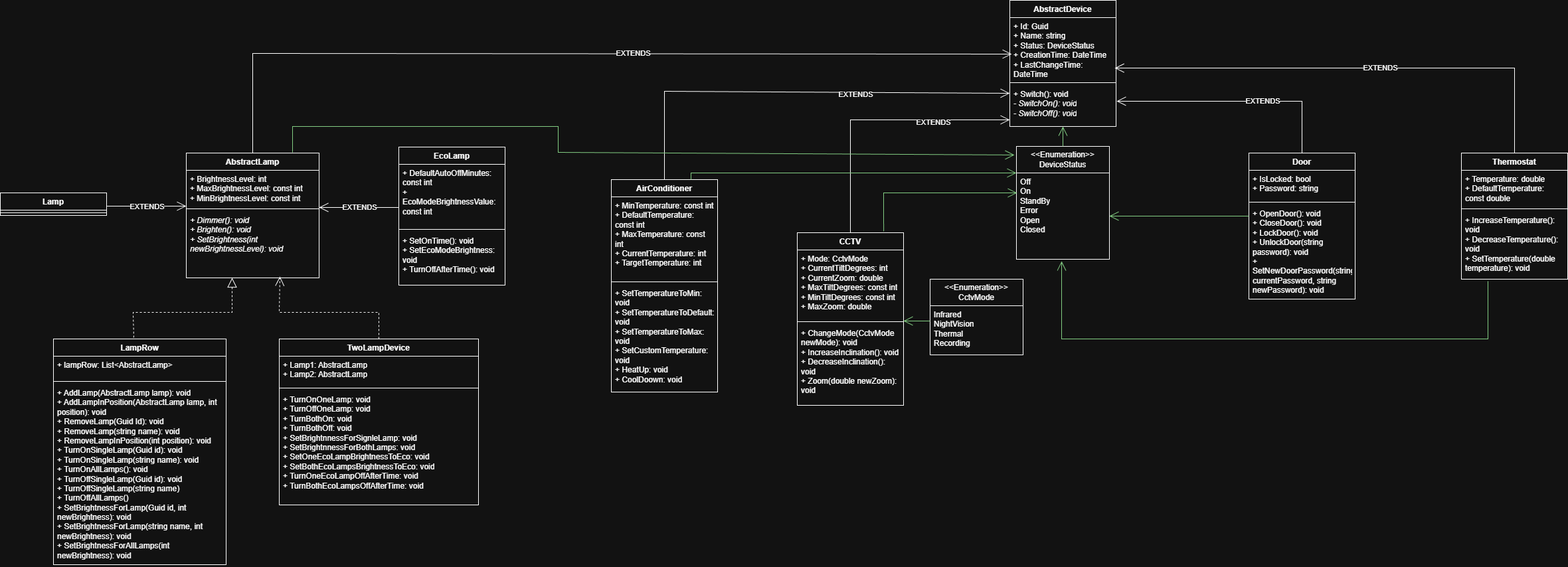
The draw.io diagram SmartHouse.FaraoniMortani/docs/UMLSmartHouse.png in ITT-Pascal/smarthouse-faraoni_mortani, before a commit. Source tidied: cells renumbered, new cells last; positions are measured from the earlier drawing's top-left corner, leaving out a move shared by most shapes.
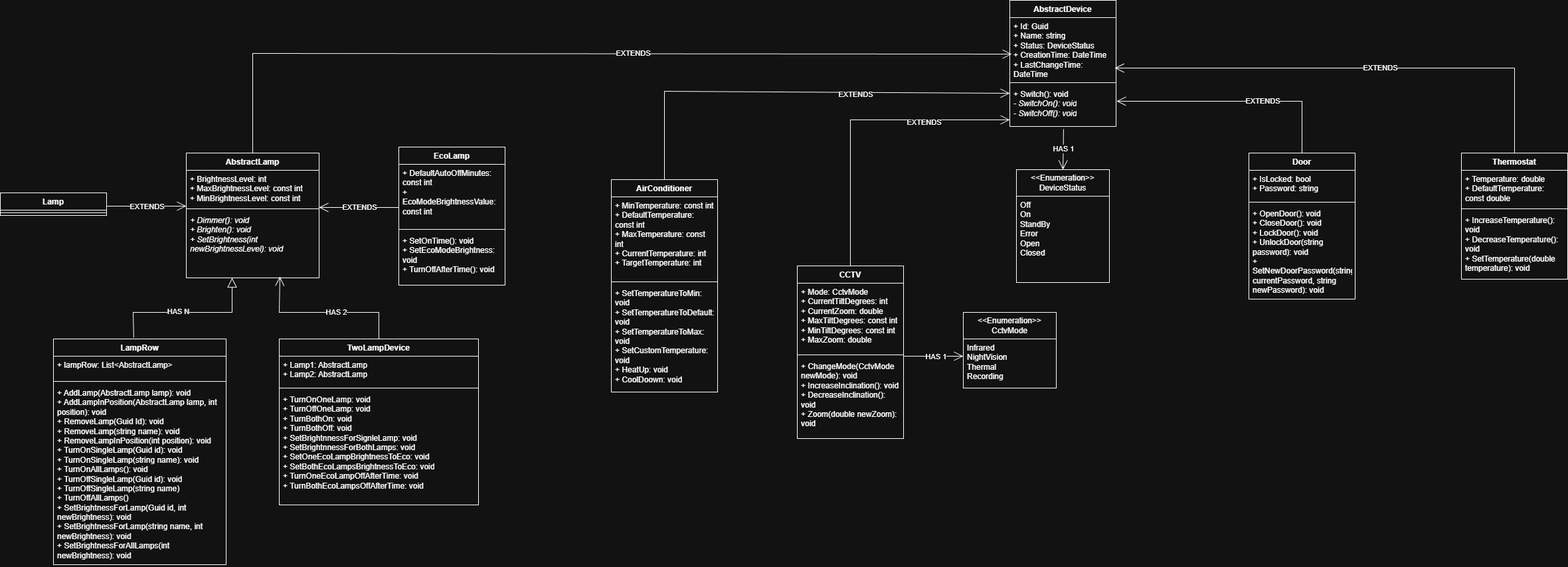
After the commit.

Commit message:
Upgraded UML

Change to the diagram source:
```diff
@@ -65,7 +65,7 @@
         <mxPoint x="-7" y="-4" as="offset" />
       </mxGeometry>
     </mxCell>
-    <mxCell id="20" value="&lt;div&gt;&lt;br&gt;&lt;/div&gt;&lt;div&gt;&lt;br&gt;&lt;/div&gt;" style="endArrow=open;endSize=12;dashed=1;html=1;rounded=0;exitX=0.5;exitY=0;exitDx=0;exitDy=0;entryX=0.705;entryY=0.98;entryDx=0;entryDy=0;entryPerimeter=0;" parent="1" edge="1" source="12" target="5">
+    <mxCell id="20" value="&lt;div&gt;&lt;br&gt;&lt;/div&gt;&lt;div&gt;&lt;br&gt;&lt;/div&gt;" style="endArrow=open;endSize=12;html=1;rounded=0;exitX=0.5;exitY=0;exitDx=0;exitDy=0;entryX=0.705;entryY=0.98;entryDx=0;entryDy=0;entryPerimeter=0;" parent="1" edge="1" source="12" target="5">
       <mxGeometry relative="1" as="geometry">
         <Array as="points">
           <mxPoint x="570" y="470" />
@@ -73,6 +73,9 @@
         </Array>
       </mxGeometry>
     </mxCell>
+    <mxCell id="67" value="HAS 2" style="edgeLabel;html=1;align=center;verticalAlign=middle;" parent="20" vertex="1">
+      <mxGeometry x="-0.14" y="-1" relative="1" as="geometry" />
+    </mxCell>
     <mxCell id="21" value="AbstractDevice" style="swimlane;fontStyle=1;align=center;verticalAlign=top;horizontal=1;startSize=26;whiteSpace=wrap;html=1;" parent="1" vertex="1">
       <mxGeometry x="1520" width="160" height="190" as="geometry" />
     </mxCell>
@@ -96,7 +99,7 @@
       <mxGeometry x="0.12" y="1" relative="1" as="geometry" />
     </mxCell>
     <mxCell id="27" value="&lt;div&gt;&amp;lt;&amp;lt;Enumeration&amp;gt;&amp;gt;&lt;/div&gt;DeviceStatus" style="swimlane;fontStyle=0;horizontal=1;startSize=40;fillColor=none;whiteSpace=wrap;html=1;" parent="1" vertex="1">
-      <mxGeometry x="1530" y="220" width="140" height="170" as="geometry" />
+      <mxGeometry x="1530" y="255" width="140" height="170" as="geometry" />
     </mxCell>
     <mxCell id="28" value="Off&lt;div&gt;On&lt;/div&gt;&lt;div&gt;StandBy&lt;/div&gt;&lt;div&gt;Error&lt;/div&gt;&lt;div&gt;Open&lt;/div&gt;&lt;div&gt;Closed&lt;/div&gt;" style="text;strokeColor=none;fillColor=none;align=left;verticalAlign=top;spacingLeft=4;spacingRight=4;overflow=hidden;points=[[0,0.5],[1,0.5]];portConstraint=eastwest;whiteSpace=wrap;html=1;" parent="27" vertex="1">
       <mxGeometry y="40" width="140" height="130" as="geometry" />
@@ -124,7 +127,7 @@
       <mxGeometry x="0.29" y="-3" relative="1" as="geometry" />
     </mxCell>
     <mxCell id="35" value="CCTV" style="swimlane;fontStyle=1;align=center;verticalAlign=top;horizontal=1;startSize=26;whiteSpace=wrap;html=1;" parent="1" vertex="1">
-      <mxGeometry x="1200" y="350" width="160" height="260" as="geometry" />
+      <mxGeometry x="1200" y="400" width="160" height="260" as="geometry" />
     </mxCell>
     <mxCell id="36" value="+ Mode: CctvMode&lt;div&gt;+ CurrentTiltDegrees: int&lt;/div&gt;&lt;div&gt;+ CurrentZoom: double&lt;/div&gt;&lt;div&gt;+ MaxTiltDegrees: const int&lt;/div&gt;&lt;div&gt;+ MinTiltDegrees: const int&lt;/div&gt;&lt;div&gt;+ MaxZoom: double&lt;/div&gt;" style="text;strokeColor=none;fillColor=none;align=left;verticalAlign=top;spacingLeft=4;spacingRight=4;overflow=hidden;whiteSpace=wrap;html=1;" parent="35" vertex="1">
       <mxGeometry y="26" width="160" height="104" as="geometry" />
@@ -147,19 +150,19 @@
       <mxGeometry x="0.43" y="-3" relative="1" as="geometry" />
     </mxCell>
     <mxCell id="41" value="&amp;lt;&amp;lt;Enumeration&amp;gt;&amp;gt;&lt;div&gt;CctvMode&lt;/div&gt;" style="swimlane;fontStyle=0;horizontal=1;startSize=40;fillColor=none;whiteSpace=wrap;html=1;" parent="1" vertex="1">
-      <mxGeometry x="1400" y="420" width="140" height="114" as="geometry" />
+      <mxGeometry x="1450" y="470" width="140" height="114" as="geometry" />
     </mxCell>
     <mxCell id="42" value="Infrared&lt;div&gt;NightVision&lt;/div&gt;&lt;div&gt;Thermal&lt;/div&gt;&lt;div&gt;Recording&lt;/div&gt;" style="text;strokeColor=none;fillColor=none;align=left;verticalAlign=top;spacingLeft=4;spacingRight=4;overflow=hidden;points=[[0,0.5],[1,0.5]];portConstraint=eastwest;whiteSpace=wrap;html=1;" parent="41" vertex="1">
       <mxGeometry y="40" width="140" height="74" as="geometry" />
     </mxCell>
-    <mxCell id="43" style="endArrow=open;endFill=1;endSize=12;html=1;rounded=0;fillColor=#008a00;strokeColor=#005700;" parent="1" edge="1" source="27" target="24">
-      <mxGeometry relative="1" as="geometry" />
-    </mxCell>
-    <mxCell id="44" style="endArrow=open;endFill=1;endSize=12;html=1;rounded=0;entryX=1;entryY=0.375;entryDx=0;entryDy=0;entryPerimeter=0;fillColor=#008a00;strokeColor=#005700;" parent="1" edge="1" target="37">
+    <mxCell id="44" style="endArrow=open;endFill=1;endSize=12;html=1;rounded=0;entryX=0;entryY=0.351;entryDx=0;entryDy=0;entryPerimeter=0;" parent="1" edge="1" target="42">
       <mxGeometry relative="1" as="geometry">
-        <mxPoint x="1400" y="483" as="sourcePoint" />
+        <mxPoint x="1360" y="536" as="sourcePoint" />
       </mxGeometry>
     </mxCell>
+    <mxCell id="68" value="HAS 1" style="edgeLabel;html=1;align=center;verticalAlign=middle;" parent="44" vertex="1">
+      <mxGeometry x="0.06" y="-1" relative="1" as="geometry" />
+    </mxCell>
     <mxCell id="45" value="Door" style="swimlane;fontStyle=1;align=center;verticalAlign=top;horizontal=1;startSize=26;whiteSpace=wrap;html=1;" parent="1" vertex="1">
       <mxGeometry x="1880" y="230" width="160" height="220" as="geometry" />
     </mxCell>
@@ -204,45 +207,6 @@
     <mxCell id="56" value="EXTENDS" style="edgeLabel;html=1;align=center;verticalAlign=middle;" parent="55" vertex="1">
       <mxGeometry x="-0.1" y="-1" relative="1" as="geometry" />
     </mxCell>
-    <mxCell id="57" style="endArrow=open;endFill=1;endSize=12;html=1;rounded=0;entryX=0.007;entryY=0.231;entryDx=0;entryDy=0;entryPerimeter=0;exitX=0.813;exitY=-0.008;exitDx=0;exitDy=0;exitPerimeter=0;fillColor=#008a00;strokeColor=#005700;" parent="1" edge="1" source="35" target="28">
-      <mxGeometry relative="1" as="geometry">
-        <Array as="points">
-          <mxPoint x="1330" y="290" />
-        </Array>
-      </mxGeometry>
-    </mxCell>
-    <mxCell id="58" style="endArrow=open;endFill=1;endSize=12;html=1;rounded=0;entryX=1;entryY=0.5;entryDx=0;entryDy=0;fillColor=#008a00;strokeColor=#005700;" parent="1" edge="1" target="28">
-      <mxGeometry relative="1" as="geometry">
-        <mxPoint x="1880" y="325" as="sourcePoint" />
-      </mxGeometry>
-    </mxCell>
-    <mxCell id="59" style="endArrow=open;endFill=1;endSize=12;html=1;rounded=0;exitX=0.25;exitY=1.029;exitDx=0;exitDy=0;exitPerimeter=0;entryX=0.486;entryY=1.023;entryDx=0;entryDy=0;entryPerimeter=0;fillColor=#008a00;strokeColor=#005700;" parent="1" edge="1" source="54" target="28">
-      <mxGeometry relative="1" as="geometry">
-        <Array as="points">
-          <mxPoint x="2240" y="510" />
-          <mxPoint x="1598" y="510" />
-        </Array>
-      </mxGeometry>
-    </mxCell>
-    <mxCell id="60" style="endArrow=open;endFill=1;endSize=12;html=1;rounded=0;entryX=0;entryY=0;entryDx=0;entryDy=0;entryPerimeter=0;fillColor=#008a00;strokeColor=#005700;" parent="1" edge="1" target="28">
-      <mxGeometry relative="1" as="geometry">
-        <mxPoint x="1040" y="260" as="sourcePoint" />
-        <Array as="points">
-          <mxPoint x="1040" y="270" />
-          <mxPoint x="1040" y="260" />
-        </Array>
-      </mxGeometry>
-    </mxCell>
-    <mxCell id="61" style="endArrow=open;endFill=1;endSize=12;html=1;rounded=0;entryX=-0.021;entryY=0.076;entryDx=0;entryDy=0;entryPerimeter=0;fillColor=#008a00;strokeColor=#005700;" parent="1" edge="1" target="27">
-      <mxGeometry relative="1" as="geometry">
-        <mxPoint x="440" y="229" as="sourcePoint" />
-        <Array as="points">
-          <mxPoint x="440" y="190" />
-          <mxPoint x="840" y="190" />
-          <mxPoint x="840" y="229" />
-        </Array>
-      </mxGeometry>
-    </mxCell>
     <mxCell id="62" value="LampRow" style="swimlane;fontStyle=1;align=center;verticalAlign=top;horizontal=1;startSize=26;whiteSpace=wrap;html=1;" parent="1" vertex="1">
       <mxGeometry x="80" y="510" width="260" height="340" as="geometry" />
     </mxCell>
@@ -255,7 +219,7 @@
     <mxCell id="65" value="+ AddLamp(AbstractLamp lamp): void&lt;div&gt;+&amp;nbsp;AddLampInPosition(AbstractLamp lamp, int position): void&lt;/div&gt;&lt;div&gt;+&amp;nbsp;RemoveLamp(Guid Id): void&lt;/div&gt;&lt;div&gt;+&amp;nbsp;RemoveLamp(string name): void&lt;/div&gt;&lt;div&gt;+&amp;nbsp;RemoveLampInPosition(int position): void&lt;/div&gt;&lt;div&gt;+&amp;nbsp;TurnOnSingleLamp(Guid id): void&lt;/div&gt;&lt;div&gt;+&amp;nbsp;TurnOnSingleLamp(string name): void&lt;/div&gt;&lt;div&gt;+&amp;nbsp;TurnOnAllLamps(): void&lt;/div&gt;&lt;div&gt;+&amp;nbsp;TurnOffSingleLamp(Guid id): void&lt;/div&gt;&lt;div&gt;+&amp;nbsp;TurnOffSingleLamp(string name)&lt;/div&gt;&lt;div&gt;+&amp;nbsp;TurnOffAllLamps()&lt;/div&gt;&lt;div&gt;+&amp;nbsp;SetBrightnessForLamp(Guid id, int newBrightness): void&lt;/div&gt;&lt;div&gt;+&amp;nbsp;SetBrightnessForLamp(string name, int newBrightness): void&lt;/div&gt;&lt;div&gt;+&amp;nbsp;SetBrightnessForAllLamps(int newBrightness): void&lt;/div&gt;" style="text;strokeColor=none;fillColor=none;align=left;verticalAlign=top;spacingLeft=4;spacingRight=4;overflow=hidden;whiteSpace=wrap;html=1;" parent="62" vertex="1">
       <mxGeometry y="68" width="260" height="272" as="geometry" />
     </mxCell>
-    <mxCell id="66" style="endArrow=block;dashed=1;endFill=0;endSize=12;html=1;rounded=0;entryX=0.345;entryY=1;entryDx=0;entryDy=0;entryPerimeter=0;exitX=0.465;exitY=-0.006;exitDx=0;exitDy=0;exitPerimeter=0;" parent="1" edge="1" source="62" target="5">
+    <mxCell id="66" style="endArrow=block;endFill=0;endSize=12;html=1;rounded=0;entryX=0.345;entryY=1;entryDx=0;entryDy=0;entryPerimeter=0;exitX=0.465;exitY=-0.006;exitDx=0;exitDy=0;exitPerimeter=0;" parent="1" edge="1" source="62" target="5">
       <mxGeometry relative="1" as="geometry">
         <Array as="points">
           <mxPoint x="200" y="470" />
@@ -263,5 +227,14 @@
         </Array>
       </mxGeometry>
     </mxCell>
+    <mxCell id="69" value="HAS N" style="edgeLabel;html=1;align=center;verticalAlign=middle;" parent="66" vertex="1">
+      <mxGeometry x="-0.12" y="2" relative="1" as="geometry" />
+    </mxCell>
+    <mxCell id="70" style="endArrow=open;endFill=1;endSize=12;html=1;rounded=0;exitX=0.506;exitY=1.065;exitDx=0;exitDy=0;exitPerimeter=0;entryX=0.5;entryY=0;entryDx=0;entryDy=0;" parent="1" edge="1" source="24" target="27">
+      <mxGeometry relative="1" as="geometry" />
+    </mxCell>
+    <mxCell id="71" value="HAS 1" style="edgeLabel;html=1;align=center;verticalAlign=middle;" parent="70" vertex="1">
+      <mxGeometry x="-0.05" relative="1" as="geometry" />
+    </mxCell>
   </root>
 </mxGraphModel>
```
